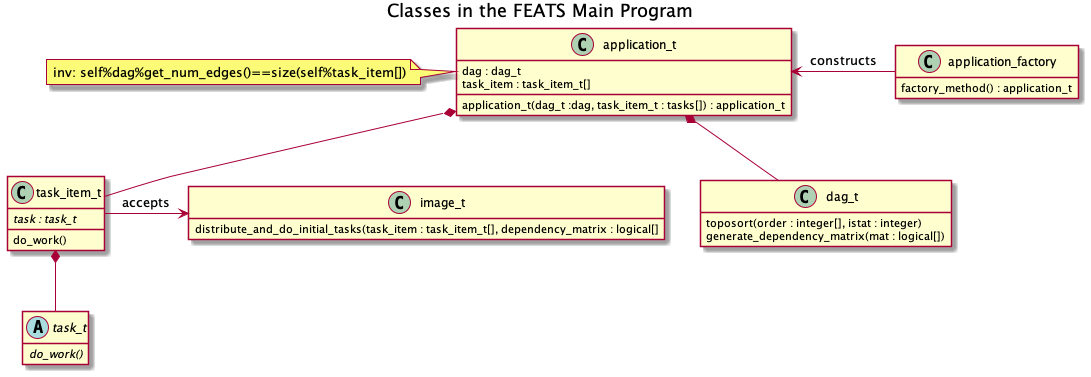
This is doc/class_diagram.png from sourceryinstitute/FEATS, a PlantUML export, as it was before one commit.
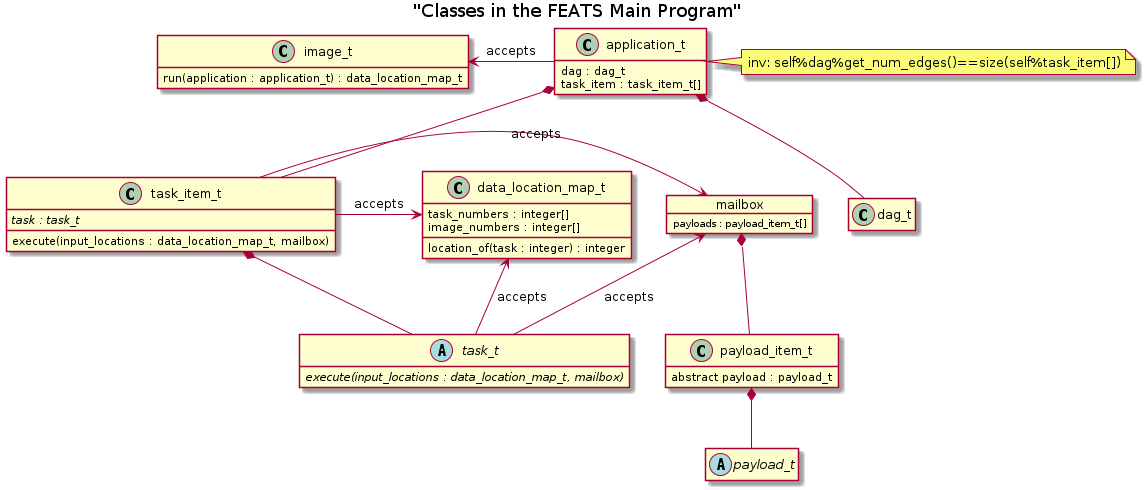
The same diagram one commit later.

Commit message:
redraw class diagram

What changed in the source:
```diff
@@ -3,39 +3,56 @@
 
 hide empty members
 
+class data_location_map_t{
+  task_numbers : integer[]
+  image_numbers : integer[]
+  location_of(task : integer) : integer
+}
+
+abstract class payload_t
+class payload_item_t{
+  abstract payload : payload_t
+}
+
+payload_item_t *-down- payload_t
+
+object mailbox{
+  payloads : payload_item_t[]
+}
+
+mailbox *-down- payload_item_t
+
 abstract class task_t{
-  {abstract} do_work()
+  {abstract} execute(input_locations : data_location_map_t, mailbox)
 }
 class task_item_t{
   {abstract} task : task_t
-  do_work()
-}
-class image_t{
-  distribute_and_do_initial_tasks(task_item : task_item_t[], dependency_matrix : logical[]
+  execute(input_locations : data_location_map_t, mailbox)
 }
 
+task_t -left-> data_location_map_t : accepts
+task_t -left-> mailbox : accepts
+
 task_item_t *-down- task_t
-task_item_t -left-> image_t : accepts
+task_item_t -left-> data_location_map_t : accepts
+task_item_t -left-> mailbox : accepts
 
 class dag_t{
-  toposort(order : integer[], istat : integer)
-  generate_dependency_matrix(mat : logical[])
 }
 
 class application_t{
   dag : dag_t
   task_item : task_item_t[]
-  application_t(dag_t :dag, task_item_t : tasks[]) : application_t
 }
-note left: inv: self%dag%get_num_edges()==size(self%task_item[])
-
-
-class application_factory{
-  factory_method() : application_t
-}
-
-application_factory -left-> application_t : constructs
+note right: inv: self%dag%get_num_edges()==size(self%task_item[])
 application_t *-down- dag_t
 application_t *-down- task_item_t
 
+
+class image_t{
+  run(application : application_t) : data_location_map_t
+}
+
+application_t -left-> image_t : accepts
+
 @enduml
```
